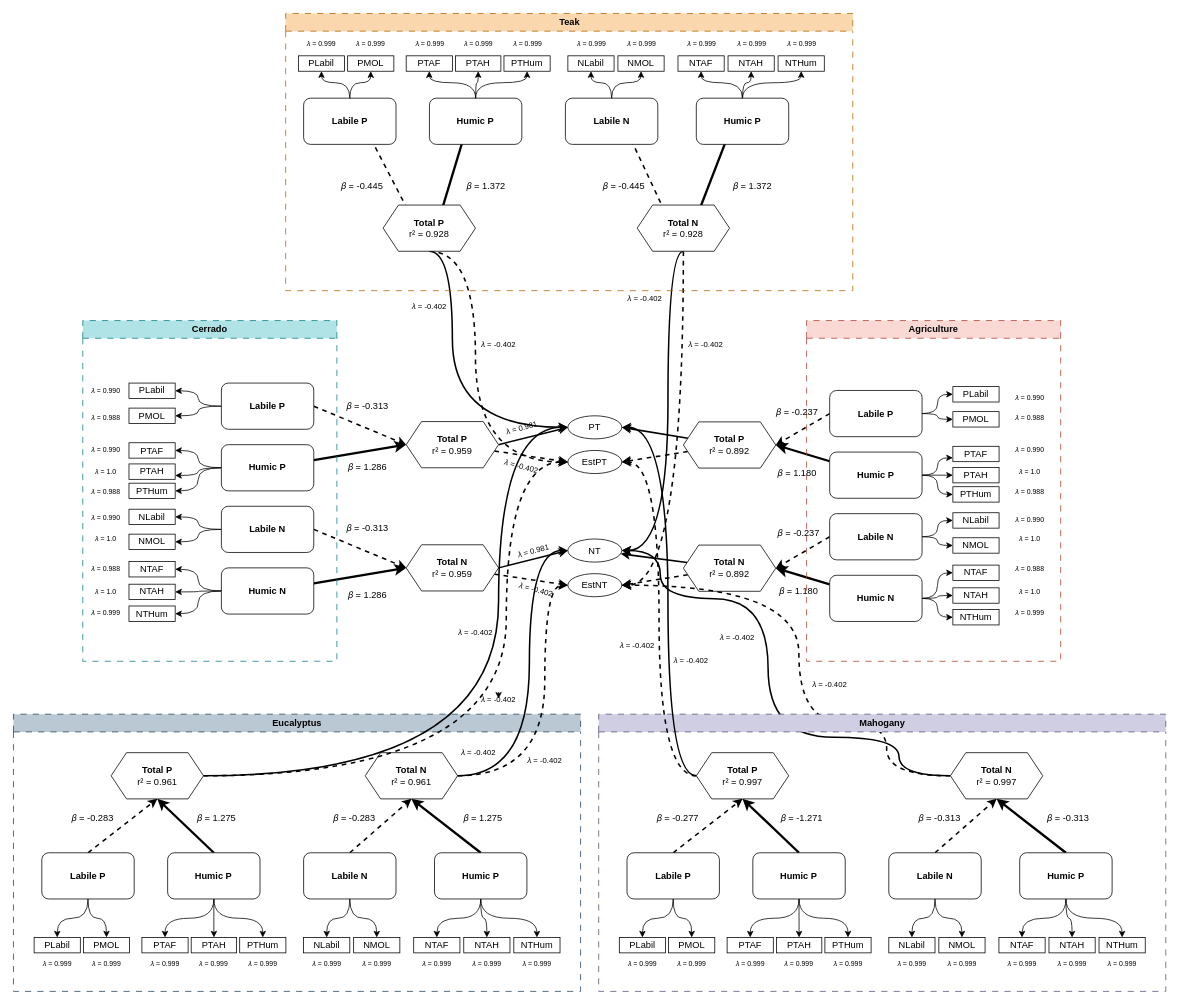
This is 5-GRAFICOS/modelo-pls-R5.drawio from ldvsantos/fsni-1, a draw.io file, before an edit. Source tidied: cells renumbered, new cells numbered last; positions are measured from the earlier drawing's top-left corner, leaving out a move shared by most shapes. Both pictures are drawn from the tidied source at 77%, with x=0, y=0 at pixel (13, 13).
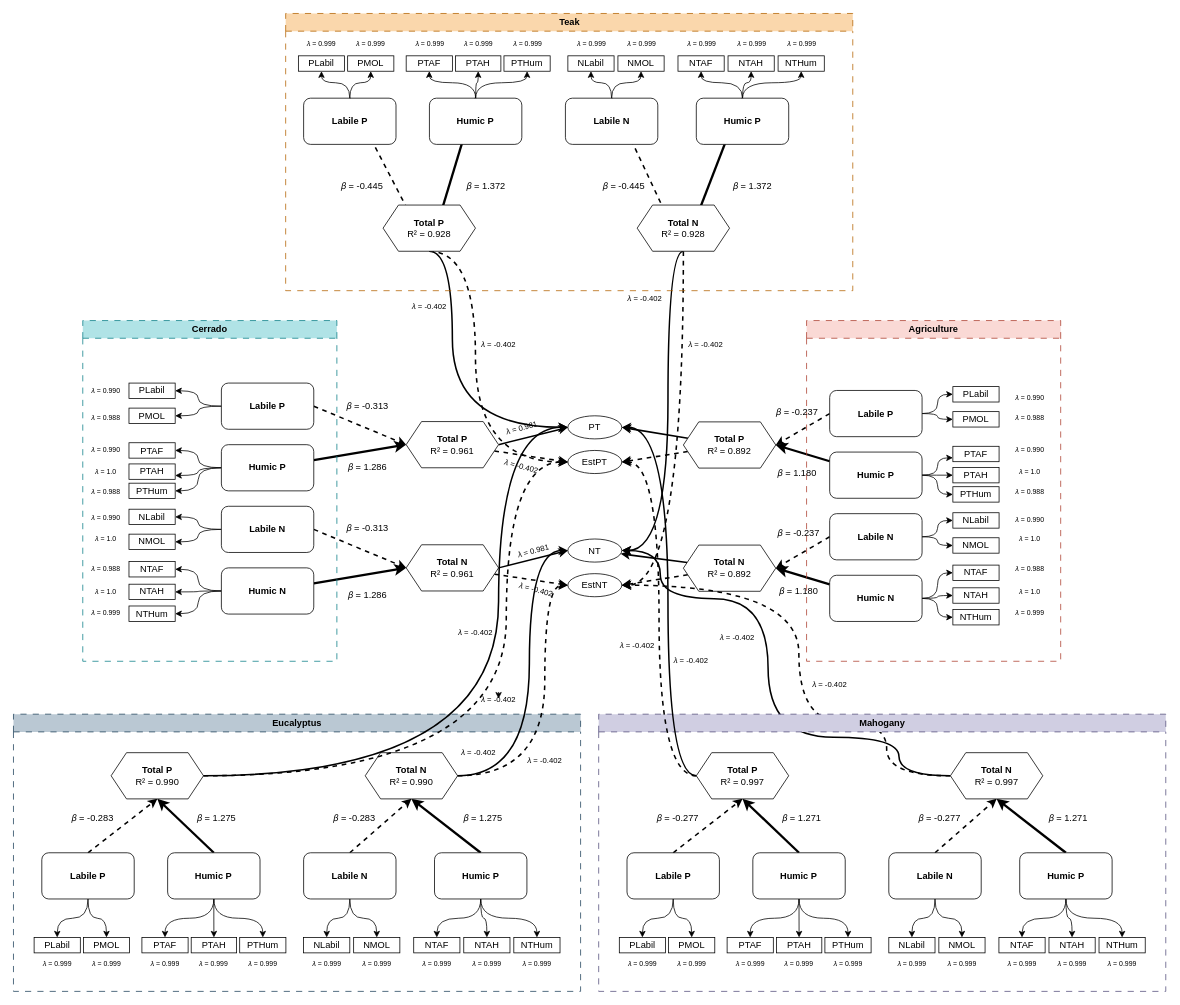
The same page after the edit.

Unchanged cells that the change refers to:
```xml
<mxCell id="111" style="group;" parent="1" vertex="1">
  <mxGeometry y="910" width="736.5" height="360" as="geometry" />
</mxCell>
<mxCell id="159" style="group;" parent="1" vertex="1">
  <mxGeometry x="760" y="910" width="736.5" height="360" as="geometry" />
</mxCell>
<mxCell id="190" value="Mahogany" style="swimlane;whiteSpace=wrap;html=1;dashed=1;dashPattern=8 8;fillStyle=auto;fillColor=#d0cee2;strokeColor=#56517e;" parent="159" vertex="1">
  <mxGeometry width="736.5" height="360" as="geometry" />
</mxCell>
```

Change to the diagram source:
```diff
@@
-    <mxCell id="13" value="Total P&lt;div&gt;&lt;span style=&quot;font-weight: normal;&quot;&gt;r² = 0.959&lt;/span&gt;&lt;/div&gt;" style="shape=hexagon;perimeter=hexagonPerimeter2;whiteSpace=wrap;html=1;fixedSize=1;fontStyle=1;" parent="1" vertex="1">
+    <mxCell id="13" value="Total P&lt;div&gt;&lt;span style=&quot;font-weight: normal;&quot;&gt;R² = 0.961&lt;/span&gt;&lt;/div&gt;" style="shape=hexagon;perimeter=hexagonPerimeter2;whiteSpace=wrap;html=1;fixedSize=1;fontStyle=1;" parent="1" vertex="1">
       <mxGeometry x="510" y="530" width="120" height="60" as="geometry" />
     </mxCell>
@@
-    <mxCell id="27" value="Total N&lt;div&gt;&lt;span style=&quot;font-weight: normal;&quot;&gt;r² = 0.959&lt;/span&gt;&lt;/div&gt;" style="shape=hexagon;perimeter=hexagonPerimeter2;whiteSpace=wrap;html=1;fixedSize=1;fontStyle=1;" parent="1" vertex="1">
+    <mxCell id="27" value="Total N&lt;div&gt;&lt;span style=&quot;font-weight: normal;&quot;&gt;R² = 0.961&lt;/span&gt;&lt;/div&gt;" style="shape=hexagon;perimeter=hexagonPerimeter2;whiteSpace=wrap;html=1;fixedSize=1;fontStyle=1;" parent="1" vertex="1">
       <mxGeometry x="510" y="690" width="120" height="60" as="geometry" />
     </mxCell>
@@
-    <mxCell id="70" value="Total P&lt;div&gt;&lt;span style=&quot;font-weight: normal;&quot;&gt;r² = 0.892&lt;/span&gt;&lt;/div&gt;" style="shape=hexagon;perimeter=hexagonPerimeter2;whiteSpace=wrap;html=1;fixedSize=1;fontStyle=1;" parent="1" vertex="1">
+    <mxCell id="70" value="Total P&lt;div&gt;&lt;span style=&quot;font-weight: normal;&quot;&gt;R² = 0.892&lt;/span&gt;&lt;/div&gt;" style="shape=hexagon;perimeter=hexagonPerimeter2;whiteSpace=wrap;html=1;fixedSize=1;fontStyle=1;" parent="1" vertex="1">
       <mxGeometry x="870" y="530.4" width="120" height="60" as="geometry" />
     </mxCell>
@@
-    <mxCell id="82" value="Total N&lt;div&gt;&lt;span style=&quot;font-weight: normal;&quot;&gt;r² = 0.892&lt;/span&gt;&lt;/div&gt;" style="shape=hexagon;perimeter=hexagonPerimeter2;whiteSpace=wrap;html=1;fixedSize=1;fontStyle=1;" parent="1" vertex="1">
+    <mxCell id="82" value="Total N&lt;div&gt;&lt;span style=&quot;font-weight: normal;&quot;&gt;R² = 0.892&lt;/span&gt;&lt;/div&gt;" style="shape=hexagon;perimeter=hexagonPerimeter2;whiteSpace=wrap;html=1;fixedSize=1;fontStyle=1;" parent="1" vertex="1">
       <mxGeometry x="870" y="690.4" width="120" height="60" as="geometry" />
     </mxCell>
@@
-    <mxCell id="121" value="Total P&lt;div&gt;&lt;span style=&quot;font-weight: normal;&quot;&gt;r² = 0.961&lt;/span&gt;&lt;/div&gt;" style="shape=hexagon;perimeter=hexagonPerimeter2;whiteSpace=wrap;html=1;fixedSize=1;fontStyle=1;" parent="111" vertex="1">
+    <mxCell id="121" value="Total P&lt;div&gt;&lt;span style=&quot;font-weight: normal;&quot;&gt;R² = 0.990&lt;/span&gt;&lt;/div&gt;" style="shape=hexagon;perimeter=hexagonPerimeter2;whiteSpace=wrap;html=1;fixedSize=1;fontStyle=1;" parent="111" vertex="1">
       <mxGeometry x="126.8" y="50" width="120" height="60" as="geometry" />
     </mxCell>
@@
-    <mxCell id="131" value="Total N&lt;div&gt;&lt;span style=&quot;font-weight: normal;&quot;&gt;r² = 0.961&lt;/span&gt;&lt;/div&gt;" style="shape=hexagon;perimeter=hexagonPerimeter2;whiteSpace=wrap;html=1;fixedSize=1;fontStyle=1;" parent="111" vertex="1">
+    <mxCell id="131" value="Total N&lt;div&gt;&lt;span style=&quot;font-weight: normal;&quot;&gt;R² = 0.990&lt;/span&gt;&lt;/div&gt;" style="shape=hexagon;perimeter=hexagonPerimeter2;whiteSpace=wrap;html=1;fixedSize=1;fontStyle=1;" parent="111" vertex="1">
       <mxGeometry x="456.8" y="50" width="120" height="60" as="geometry" />
     </mxCell>
@@
-    <mxCell id="169" value="Total P&lt;div&gt;&lt;span style=&quot;font-weight: normal;&quot;&gt;r² = 0.997&lt;/span&gt;&lt;/div&gt;" style="shape=hexagon;perimeter=hexagonPerimeter2;whiteSpace=wrap;html=1;fixedSize=1;fontStyle=1;" parent="159" vertex="1">
+    <mxCell id="169" value="Total P&lt;div&gt;&lt;span style=&quot;font-weight: normal;&quot;&gt;R² = 0.997&lt;/span&gt;&lt;/div&gt;" style="shape=hexagon;perimeter=hexagonPerimeter2;whiteSpace=wrap;html=1;fixedSize=1;fontStyle=1;" parent="159" vertex="1">
       <mxGeometry x="126.8" y="50" width="120" height="60" as="geometry" />
     </mxCell>
@@
-    <mxCell id="179" value="Total N&lt;div&gt;&lt;span style=&quot;font-weight: normal;&quot;&gt;r² = 0.997&lt;/span&gt;&lt;/div&gt;" style="shape=hexagon;perimeter=hexagonPerimeter2;whiteSpace=wrap;html=1;fixedSize=1;fontStyle=1;" parent="159" vertex="1">
+    <mxCell id="179" value="Total N&lt;div&gt;&lt;span style=&quot;font-weight: normal;&quot;&gt;R² = 0.997&lt;/span&gt;&lt;/div&gt;" style="shape=hexagon;perimeter=hexagonPerimeter2;whiteSpace=wrap;html=1;fixedSize=1;fontStyle=1;" parent="159" vertex="1">
       <mxGeometry x="456.8" y="50" width="120" height="60" as="geometry" />
     </mxCell>
@@
-    <mxCell id="202" value="𝛽 = -1.271" style="text;html=1;align=center;verticalAlign=middle;whiteSpace=wrap;rounded=0;fontColor=default;" parent="190" vertex="1">
+    <mxCell id="202" value="𝛽 = 1.271" style="text;html=1;align=center;verticalAlign=middle;whiteSpace=wrap;rounded=0;fontColor=default;" parent="190" vertex="1">
       <mxGeometry x="234.2" y="120" width="60" height="30" as="geometry" />
     </mxCell>
-    <mxCell id="203" value="𝛽 = -0.313" style="text;html=1;align=center;verticalAlign=middle;whiteSpace=wrap;rounded=0;fontColor=default;" parent="190" vertex="1">
+    <mxCell id="203" value="𝛽 = -0.277" style="text;html=1;align=center;verticalAlign=middle;whiteSpace=wrap;rounded=0;fontColor=default;" parent="190" vertex="1">
       <mxGeometry x="413.2" y="120" width="60" height="30" as="geometry" />
     </mxCell>
-    <mxCell id="204" value="𝛽 = -0.313" style="text;html=1;align=center;verticalAlign=middle;whiteSpace=wrap;rounded=0;fontColor=default;" parent="190" vertex="1">
+    <mxCell id="204" value="𝛽 = 1.271" style="text;html=1;align=center;verticalAlign=middle;whiteSpace=wrap;rounded=0;fontColor=default;" parent="190" vertex="1">
       <mxGeometry x="580.2" y="120" width="60" height="30" as="geometry" />
     </mxCell>
@@
-    <mxCell id="225" value="Total P&lt;div&gt;&lt;span style=&quot;font-weight: normal;&quot;&gt;r² = 0.928&lt;/span&gt;&lt;/div&gt;" style="shape=hexagon;perimeter=hexagonPerimeter2;whiteSpace=wrap;html=1;fixedSize=1;fontStyle=1;" parent="1" vertex="1">
+    <mxCell id="225" value="Total P&lt;div&gt;&lt;span style=&quot;font-weight: normal;&quot;&gt;R² = 0.928&lt;/span&gt;&lt;/div&gt;" style="shape=hexagon;perimeter=hexagonPerimeter2;whiteSpace=wrap;html=1;fixedSize=1;fontStyle=1;" parent="1" vertex="1">
       <mxGeometry x="480" y="248.8" width="120" height="60" as="geometry" />
     </mxCell>
@@
-    <mxCell id="237" value="Total N&lt;div&gt;&lt;span style=&quot;font-weight: normal;&quot;&gt;r² = 0.928&lt;/span&gt;&lt;/div&gt;" style="shape=hexagon;perimeter=hexagonPerimeter2;whiteSpace=wrap;html=1;fixedSize=1;fontStyle=1;" parent="1" vertex="1">
+    <mxCell id="237" value="Total N&lt;div&gt;&lt;span style=&quot;font-weight: normal;&quot;&gt;R² = 0.928&lt;/span&gt;&lt;/div&gt;" style="shape=hexagon;perimeter=hexagonPerimeter2;whiteSpace=wrap;html=1;fixedSize=1;fontStyle=1;" parent="1" vertex="1">
       <mxGeometry x="810" y="248.8" width="120" height="60" as="geometry" />
     </mxCell>
```
